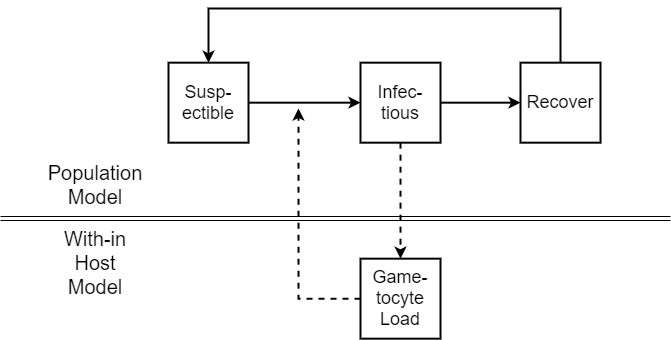
reporkey/malaria-model keeps this draw.io diagram as result/Architecture.png. Above is the earlier version. Source tidied: cells renumbered, new cells last; positions are measured from the earlier drawing's top-left corner, leaving out a move shared by most shapes.
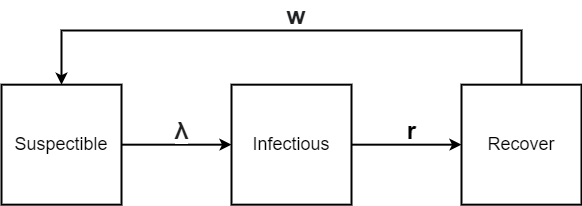
Later version of the same file.

Diff of the diagram source:
```diff
@@ -2,28 +2,17 @@
   <root>
     <mxCell id="0" />
     <mxCell id="1" parent="0" />
-    <mxCell id="2" style="edgeStyle=orthogonalEdgeStyle;rounded=0;jettySize=auto;html=1;dashed=1;strokeWidth=2;" parent="1" edge="1" source="3">
-      <mxGeometry relative="1" as="geometry">
-        <mxPoint x="298" y="100" as="targetPoint" />
-      </mxGeometry>
-    </mxCell>
-    <mxCell id="3" value="Game-tocyte Load" style="whiteSpace=wrap;html=1;fontSize=18;strokeWidth=2;" parent="1" vertex="1">
-      <mxGeometry x="360" y="250.2" width="80" height="80" as="geometry" />
-    </mxCell>
     <mxCell id="4" style="edgeStyle=orthogonalEdgeStyle;rounded=0;jettySize=auto;html=1;fontSize=18;strokeWidth=2;" parent="1" edge="1" source="5" target="8">
       <mxGeometry relative="1" as="geometry" />
     </mxCell>
-    <mxCell id="5" value="Susp-ectible" style="whiteSpace=wrap;html=1;fontSize=18;strokeWidth=2;" parent="1" vertex="1">
-      <mxGeometry x="168" y="54.2" width="80" height="80" as="geometry" />
+    <mxCell id="5" value="Suspectible" style="whiteSpace=wrap;html=1;fontSize=18;strokeWidth=2;" parent="1" vertex="1">
+      <mxGeometry x="90" y="54.2" width="120" height="120" as="geometry" />
     </mxCell>
     <mxCell id="6" style="edgeStyle=orthogonalEdgeStyle;rounded=0;jettySize=auto;html=1;fontSize=18;strokeWidth=2;" parent="1" edge="1" source="8" target="10">
       <mxGeometry relative="1" as="geometry" />
     </mxCell>
-    <mxCell id="7" style="edgeStyle=orthogonalEdgeStyle;rounded=0;jettySize=auto;html=1;dashed=1;strokeWidth=2;" parent="1" edge="1" source="8" target="3">
-      <mxGeometry relative="1" as="geometry" />
-    </mxCell>
-    <mxCell id="8" value="Infec-tious" style="whiteSpace=wrap;html=1;fontSize=18;strokeWidth=2;" parent="1" vertex="1">
-      <mxGeometry x="360" y="54.2" width="80" height="80" as="geometry" />
+    <mxCell id="8" value="Infectious" style="whiteSpace=wrap;html=1;fontSize=18;strokeWidth=2;" parent="1" vertex="1">
+      <mxGeometry x="320" y="54.2" width="120" height="120" as="geometry" />
     </mxCell>
     <mxCell id="9" style="edgeStyle=orthogonalEdgeStyle;rounded=0;jettySize=auto;html=1;exitX=0.5;exitY=0;exitDx=0;exitDy=0;entryX=0.5;entryY=0;entryDx=0;entryDy=0;strokeWidth=2;" parent="1" edge="1" source="10" target="5">
       <mxGeometry relative="1" as="geometry">
@@ -34,19 +23,16 @@
       </mxGeometry>
     </mxCell>
     <mxCell id="10" value="Recover" style="whiteSpace=wrap;html=1;fontSize=18;strokeWidth=2;" parent="1" vertex="1">
-      <mxGeometry x="520" y="54.2" width="80" height="80" as="geometry" />
+      <mxGeometry x="550" y="54.2" width="120" height="120" as="geometry" />
     </mxCell>
-    <mxCell id="11" style="endArrow=none;html=1;shape=link;" parent="1" edge="1">
-      <mxGeometry relative="1" as="geometry">
-        <mxPoint y="210" as="sourcePoint" />
-        <mxPoint x="670" y="210" as="targetPoint" />
-      </mxGeometry>
-    </mxCell>
-    <mxCell id="12" value="&lt;font style=&quot;font-size: 20px&quot;&gt;Population Model&lt;/font&gt;" style="text;html=1;strokeColor=none;fillColor=none;align=center;verticalAlign=middle;whiteSpace=wrap;rounded=0;" parent="1" vertex="1">
-      <mxGeometry x="60" y="160" width="70" height="32" as="geometry" />
-    </mxCell>
-    <mxCell id="13" value="&lt;font style=&quot;font-size: 20px&quot;&gt;With-in Host Model&lt;/font&gt;" style="text;html=1;strokeColor=none;fillColor=none;align=center;verticalAlign=middle;whiteSpace=wrap;rounded=0;" parent="1" vertex="1">
-      <mxGeometry x="60" y="238" width="70" height="32" as="geometry" />
-    </mxCell>
+    <mxCell id="14" value="r" style="text;html=1;align=center;verticalAlign=middle;fontSize=24;fontStyle=1;" parent="1" vertex="1">
+      <mxGeometry x="490" y="85" width="20" height="30" as="geometry" />
+    </mxCell>
+    <mxCell id="15" value="&lt;span style=&quot;color: rgb(32, 33, 34); font-family: sans-serif; font-size: 24px; background-color: rgb(255, 255, 255);&quot;&gt;&lt;span lang=&quot;el&quot; title=&quot;Greek language text&quot; style=&quot;font-size: 24px;&quot;&gt;λ&lt;/span&gt;&lt;/span&gt;" style="text;html=1;align=center;verticalAlign=middle;fontSize=24;fontStyle=1;" parent="1" vertex="1">
+      <mxGeometry x="255" y="85" width="30" height="30" as="geometry" />
+    </mxCell>
+    <mxCell id="16" value="&lt;span style=&quot;color: rgb(32 , 33 , 34) ; font-family: sans-serif ; font-size: 24px ; background-color: rgb(255 , 255 , 255)&quot;&gt;&lt;span lang=&quot;el&quot; title=&quot;Greek language text&quot; style=&quot;font-size: 24px&quot;&gt;w&lt;/span&gt;&lt;/span&gt;" style="text;html=1;align=center;verticalAlign=middle;fontSize=24;fontStyle=1;" parent="1" vertex="1">
+      <mxGeometry x="369" y="-30" width="30" height="30" as="geometry" />
+    </mxCell>
   </root>
 </mxGraphModel>
```
